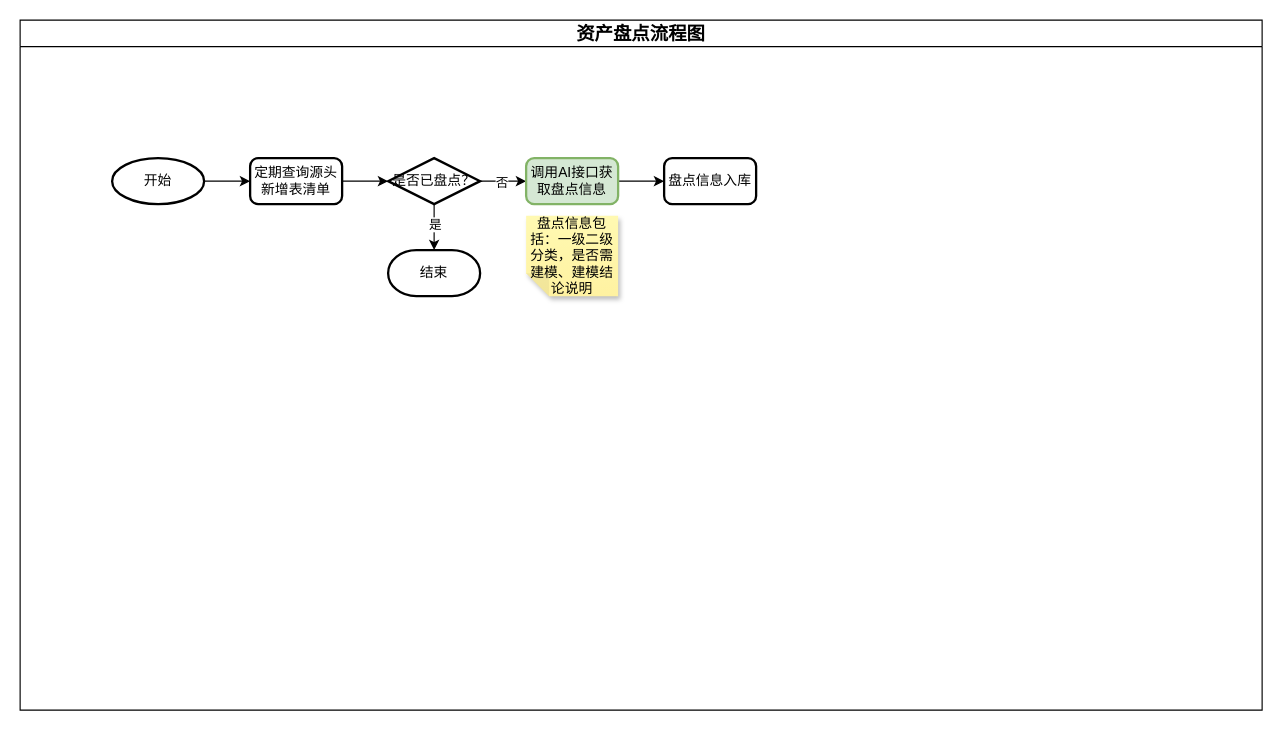
hlld3344/diagrams keeps this draw.io diagram as page "ODS建模" (3 of 3) of biz_flow/智能建模业务流程图.drawio. Above is the earlier version. Source tidied: cells renumbered, new cells numbered last; positions are measured from the earlier drawing's top-left corner, leaving out a move shared by most shapes. Both pictures are drawn from the tidied source at 115%, with x=0, y=0 at pixel (20, 20).
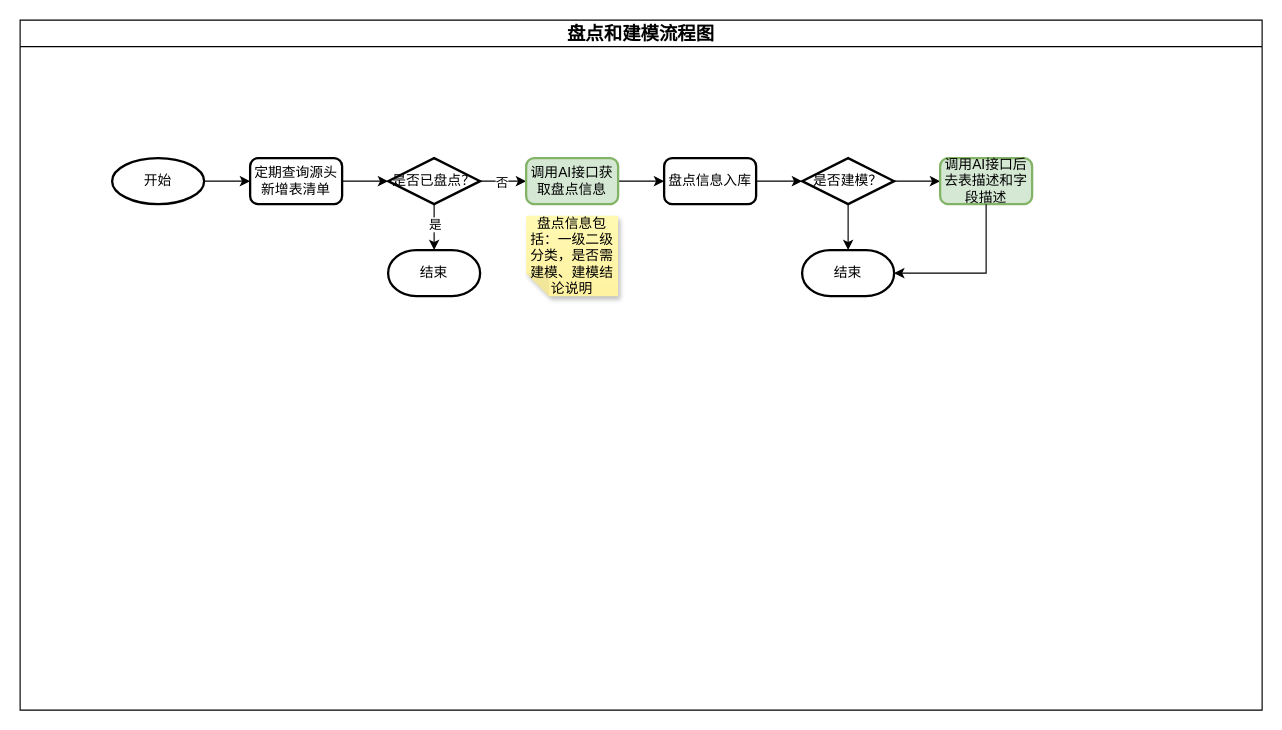
After the change.

Commit message (it also covers changes not shown here):
更新智能建模业务流程图.drawio

Unchanged cells that the change refers to:
```xml
<mxCell id="16" value="盘点信息入库" style="rounded=1;whiteSpace=wrap;html=1;absoluteArcSize=1;arcSize=14;strokeWidth=2;" parent="2" vertex="1">
  <mxGeometry x="560" y="120" width="80" height="40" as="geometry" />
</mxCell>
```

The edit, as a diff of the source:
```diff
@@
-    <mxCell id="2" value="&lt;span&gt;&lt;div style=&quot;line-height: 100%;font-size: 12pt;&quot; class=&quot;ql-direction-ltr ql-long-1396&quot;&gt;&lt;span class=&quot;ql-author-1396&quot;&gt;资产盘点流程图&lt;/span&gt;&lt;/div&gt;&lt;/span&gt;" style="swimlane;whiteSpace=wrap;html=1;" parent="1" vertex="1">
+    <mxCell id="2" value="&lt;span&gt;&lt;div style=&quot;line-height: 100%;font-size: 12pt;&quot; class=&quot;ql-direction-ltr ql-long-1396&quot;&gt;&lt;span class=&quot;ql-author-1396&quot;&gt;盘点和建模流程图&lt;/span&gt;&lt;/div&gt;&lt;/span&gt;" style="swimlane;whiteSpace=wrap;html=1;" parent="1" vertex="1">
       <mxGeometry width="1080" height="600" as="geometry" />
     </mxCell>
@@
+    <mxCell id="17" style="edgeStyle=orthogonalEdgeStyle;rounded=0;jettySize=auto;html=1;" parent="2" edge="1" source="16" target="19">
+      <mxGeometry relative="1" as="geometry" />
+    </mxCell>
@@
+    <mxCell id="18" style="edgeStyle=orthogonalEdgeStyle;rounded=0;jettySize=auto;html=1;" parent="2" edge="1" source="19" target="22">
+      <mxGeometry relative="1" as="geometry" />
+    </mxCell>
+    <mxCell id="19" value="是否建模？" style="strokeWidth=2;html=1;shape=mxgraph.flowchart.decision;whiteSpace=wrap;" parent="2" vertex="1">
+      <mxGeometry x="680" y="120" width="80" height="40" as="geometry" />
+    </mxCell>
+    <mxCell id="20" value="结束" style="strokeWidth=2;html=1;shape=mxgraph.flowchart.terminator;whiteSpace=wrap;" parent="2" vertex="1">
+      <mxGeometry x="680" y="200" width="80" height="40" as="geometry" />
+    </mxCell>
+    <mxCell id="21" style="edgeStyle=orthogonalEdgeStyle;rounded=0;jettySize=auto;html=1;exitX=0.5;exitY=1;exitDx=0;exitDy=0;exitPerimeter=0;entryX=0.5;entryY=0;entryDx=0;entryDy=0;entryPerimeter=0;" parent="2" edge="1" source="19" target="20">
+      <mxGeometry relative="1" as="geometry" />
+    </mxCell>
+    <mxCell id="22" value="调用AI接口后去表描述和字段描述" style="rounded=1;whiteSpace=wrap;html=1;absoluteArcSize=1;arcSize=14;strokeWidth=2;fillColor=#d5e8d4;strokeColor=#82b366;" parent="2" vertex="1">
+      <mxGeometry x="800" y="120" width="80" height="40" as="geometry" />
+    </mxCell>
+    <mxCell id="23" style="edgeStyle=orthogonalEdgeStyle;rounded=0;jettySize=auto;html=1;exitX=0.5;exitY=1;exitDx=0;exitDy=0;entryX=1;entryY=0.5;entryDx=0;entryDy=0;entryPerimeter=0;" parent="2" edge="1" source="22" target="20">
+      <mxGeometry relative="1" as="geometry" />
+    </mxCell>
```
